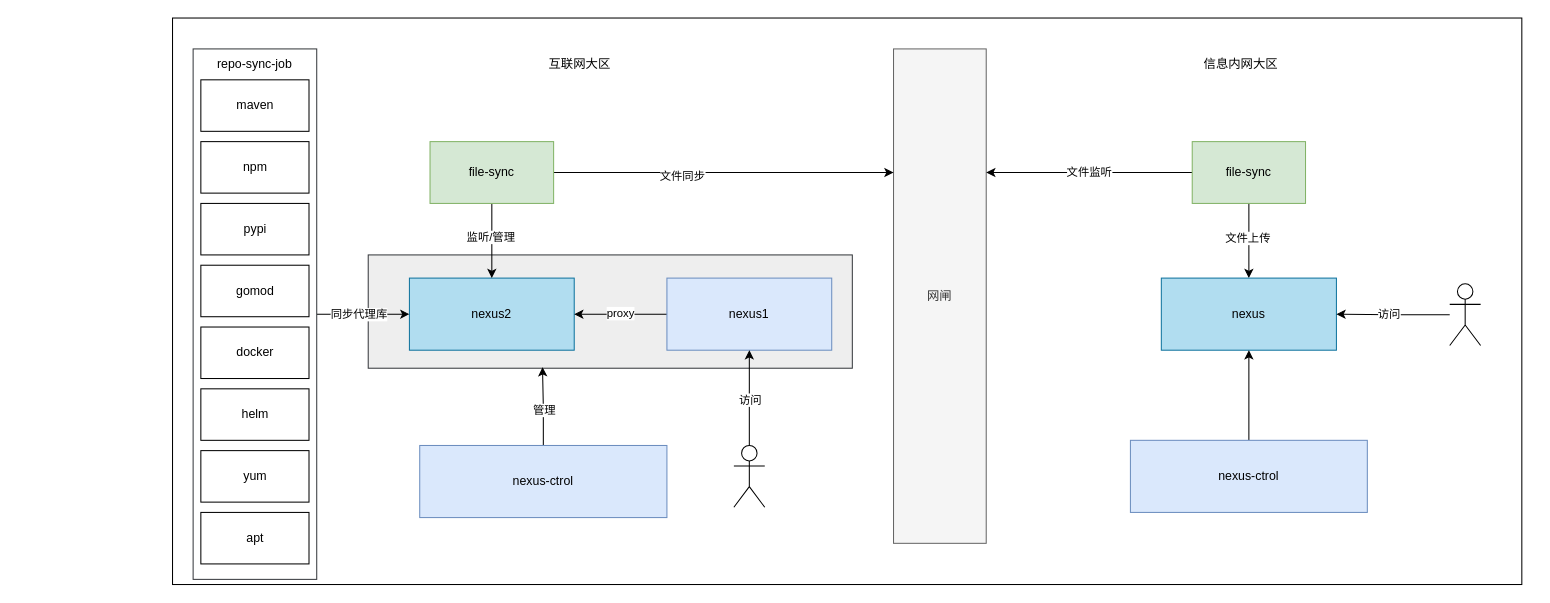
Before: page "第 2 页" (2 of 8) of ProductRepository.drawio in zzl-code/drawImg, a draw.io diagram. Source tidied: cells renumbered, new cells numbered last; positions are measured from the earlier drawing's top-left corner, leaving out a move shared by most shapes. Both pictures are drawn from the tidied source at 103%, with x=0, y=0 at pixel (172, 18).
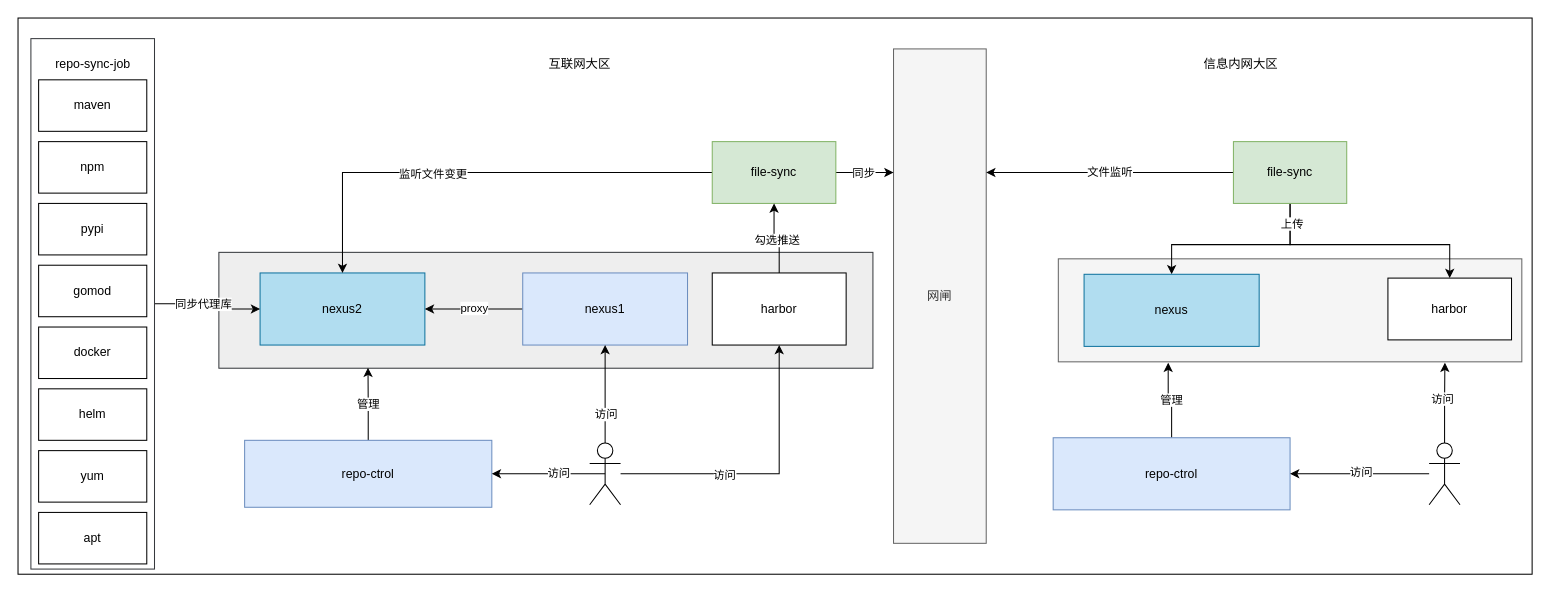
After the change.

Unchanged cells that the change refers to:
```xml
<mxCell id="8" style="edgeStyle=orthogonalEdgeStyle;rounded=0;jettySize=auto;html=1;entryX=0;entryY=0.25;entryDx=0;entryDy=0;" parent="1" edge="1" source="10" target="3">
  <mxGeometry relative="1" as="geometry" />
</mxCell>
```

The edit, as a diff of the source:
```diff
@@
     <mxCell id="2" style="rounded=0;whiteSpace=wrap;html=1;" parent="1" vertex="1">
-      <mxGeometry width="1310" height="550" as="geometry" />
+      <mxGeometry x="-150" width="1470" height="540" as="geometry" />
     </mxCell>
+    <mxCell id="44" style="rounded=0;whiteSpace=wrap;html=1;strokeWidth=1;fillColor=#f5f5f5;fontColor=#333333;strokeColor=#666666;" parent="1" vertex="1">
+      <mxGeometry x="860" y="233.8" width="450" height="100" as="geometry" />
+    </mxCell>
@@
     <mxCell id="4" style="rounded=0;whiteSpace=wrap;html=1;fillColor=#eeeeee;strokeColor=#36393d;" parent="1" vertex="1">
-      <mxGeometry x="190" y="230" width="470" height="110" as="geometry" />
+      <mxGeometry x="45" y="227.5" width="635" height="112.5" as="geometry" />
     </mxCell>
     <mxCell id="5" value="nexus2" style="rounded=0;whiteSpace=wrap;html=1;fillColor=#b1ddf0;strokeColor=#10739e;" parent="1" vertex="1">
-      <mxGeometry x="230" y="252.5" width="160" height="70" as="geometry" />
+      <mxGeometry x="85" y="247.5" width="160" height="70" as="geometry" />
     </mxCell>
-    <mxCell id="6" style="edgeStyle=orthogonalEdgeStyle;rounded=0;jettySize=auto;html=1;entryX=0.5;entryY=0;entryDx=0;entryDy=0;" parent="1" edge="1" source="10" target="5">
+    <mxCell id="6" style="edgeStyle=orthogonalEdgeStyle;rounded=0;jettySize=auto;html=1;" parent="1" edge="1" source="10" target="5">
       <mxGeometry relative="1" as="geometry" />
     </mxCell>
-    <mxCell id="7" value="监听/管理" style="edgeLabel;html=1;align=center;verticalAlign=middle;" parent="6" vertex="1">
-      <mxGeometry x="-0.12" y="-2" relative="1" as="geometry" />
-    </mxCell>
+    <mxCell id="45" value="监听文件变更" style="edgeLabel;html=1;align=center;verticalAlign=middle;" parent="6" vertex="1">
+      <mxGeometry x="0.19" y="1" relative="1" as="geometry" />
+    </mxCell>
@@
-    <mxCell id="9" value="文件同步" style="edgeLabel;html=1;align=center;verticalAlign=middle;" parent="8" vertex="1">
-      <mxGeometry x="-0.25" y="-3" relative="1" as="geometry" />
-    </mxCell>
+    <mxCell id="46" value="同步" style="edgeLabel;html=1;align=center;verticalAlign=middle;" parent="8" vertex="1">
+      <mxGeometry x="-0.53" y="-2" relative="1" as="geometry">
+        <mxPoint x="13" y="-2" as="offset" />
+      </mxGeometry>
+    </mxCell>
     <mxCell id="10" value="file-sync" style="rounded=0;whiteSpace=wrap;html=1;fillColor=#d5e8d4;strokeColor=#82b366;" parent="1" vertex="1">
-      <mxGeometry x="250" y="120" width="120" height="60" as="geometry" />
+      <mxGeometry x="524" y="120" width="120" height="60" as="geometry" />
     </mxCell>
@@
-    <mxCell id="12" style="edgeStyle=orthogonalEdgeStyle;rounded=0;jettySize=auto;html=1;" parent="1" edge="1" source="14" target="15">
-      <mxGeometry relative="1" as="geometry" />
+    <mxCell id="12" style="edgeStyle=orthogonalEdgeStyle;rounded=0;jettySize=auto;html=1;entryX=0.5;entryY=0;entryDx=0;entryDy=0;" parent="1" edge="1" source="14" target="15">
+      <mxGeometry relative="1" as="geometry">
+        <Array as="points">
+          <mxPoint x="1085" y="220" />
+          <mxPoint x="970" y="220" />
+        </Array>
+      </mxGeometry>
     </mxCell>
-    <mxCell id="13" value="文件上传" style="edgeLabel;html=1;align=center;verticalAlign=middle;" parent="12" vertex="1">
-      <mxGeometry x="-0.09" y="-2" relative="1" as="geometry" />
-    </mxCell>
+    <mxCell id="47" style="edgeStyle=orthogonalEdgeStyle;rounded=0;jettySize=auto;html=1;" parent="1" edge="1" source="14" target="58">
+      <mxGeometry relative="1" as="geometry">
+        <Array as="points">
+          <mxPoint x="1085" y="220" />
+          <mxPoint x="1240" y="220" />
+        </Array>
+      </mxGeometry>
+    </mxCell>
+    <mxCell id="48" value="上传" style="edgeLabel;html=1;align=center;verticalAlign=middle;" parent="47" vertex="1">
+      <mxGeometry x="-0.84" y="1" relative="1" as="geometry">
+        <mxPoint y="1" as="offset" />
+      </mxGeometry>
+    </mxCell>
     <mxCell id="14" value="file-sync" style="rounded=0;whiteSpace=wrap;html=1;fillColor=#d5e8d4;strokeColor=#82b366;" parent="1" vertex="1">
-      <mxGeometry x="990" y="120" width="110" height="60" as="geometry" />
+      <mxGeometry x="1030" y="120" width="110" height="60" as="geometry" />
     </mxCell>
     <mxCell id="15" value="nexus" style="rounded=0;whiteSpace=wrap;html=1;fillColor=#b1ddf0;strokeColor=#10739e;" parent="1" vertex="1">
-      <mxGeometry x="960" y="252.5" width="170" height="70" as="geometry" />
+      <mxGeometry x="885" y="248.8" width="170" height="70" as="geometry" />
     </mxCell>
@@
     <mxCell id="18" style="rounded=0;whiteSpace=wrap;html=1;fillColor=#FFFFFF;strokeColor=#36393d;" parent="1" vertex="1">
-      <mxGeometry x="20" y="30" width="120" height="515" as="geometry" />
+      <mxGeometry x="-137.5" y="20" width="120" height="515" as="geometry" />
     </mxCell>
     <mxCell id="19" value="maven" style="rounded=0;whiteSpace=wrap;html=1;" parent="1" vertex="1">
-      <mxGeometry x="27.5" y="60" width="105" height="50" as="geometry" />
+      <mxGeometry x="-130" y="60" width="105" height="50" as="geometry" />
     </mxCell>
     <mxCell id="20" value="repo-sync-job" style="text;html=1;strokeColor=none;fillColor=none;align=center;verticalAlign=middle;whiteSpace=wrap;rounded=0;" parent="1" vertex="1">
-      <mxGeometry x="35" y="30" width="90" height="30" as="geometry" />
+      <mxGeometry x="-122.5" y="30" width="90" height="30" as="geometry" />
     </mxCell>
     <mxCell id="21" value="npm" style="rounded=0;whiteSpace=wrap;html=1;" parent="1" vertex="1">
-      <mxGeometry x="27.5" y="120" width="105" height="50" as="geometry" />
+      <mxGeometry x="-130" y="120" width="105" height="50" as="geometry" />
     </mxCell>
     <mxCell id="22" value="pypi" style="rounded=0;whiteSpace=wrap;html=1;" parent="1" vertex="1">
-      <mxGeometry x="27.5" y="180" width="105" height="50" as="geometry" />
+      <mxGeometry x="-130" y="180" width="105" height="50" as="geometry" />
     </mxCell>
     <mxCell id="23" value="gomod" style="rounded=0;whiteSpace=wrap;html=1;" parent="1" vertex="1">
-      <mxGeometry x="27.5" y="240" width="105" height="50" as="geometry" />
+      <mxGeometry x="-130" y="240" width="105" height="50" as="geometry" />
     </mxCell>
     <mxCell id="24" value="docker" style="rounded=0;whiteSpace=wrap;html=1;" parent="1" vertex="1">
-      <mxGeometry x="27.5" y="300" width="105" height="50" as="geometry" />
+      <mxGeometry x="-130" y="300" width="105" height="50" as="geometry" />
     </mxCell>
     <mxCell id="25" value="helm" style="rounded=0;whiteSpace=wrap;html=1;" parent="1" vertex="1">
-      <mxGeometry x="27.5" y="360" width="105" height="50" as="geometry" />
+      <mxGeometry x="-130" y="360" width="105" height="50" as="geometry" />
     </mxCell>
     <mxCell id="26" value="yum" style="rounded=0;whiteSpace=wrap;html=1;" parent="1" vertex="1">
-      <mxGeometry x="27.5" y="420" width="105" height="50" as="geometry" />
+      <mxGeometry x="-130" y="420" width="105" height="50" as="geometry" />
     </mxCell>
     <mxCell id="27" value="apt" style="rounded=0;whiteSpace=wrap;html=1;" parent="1" vertex="1">
-      <mxGeometry x="27.5" y="480" width="105" height="50" as="geometry" />
+      <mxGeometry x="-130" y="480" width="105" height="50" as="geometry" />
     </mxCell>
-    <mxCell id="28" style="edgeStyle=orthogonalEdgeStyle;rounded=0;jettySize=auto;html=1;entryX=0.36;entryY=0.991;entryDx=0;entryDy=0;entryPerimeter=0;" parent="1" edge="1" source="30" target="4">
+    <mxCell id="28" value="管理" style="edgeStyle=orthogonalEdgeStyle;rounded=0;jettySize=auto;html=1;entryX=0.228;entryY=0.996;entryDx=0;entryDy=0;entryPerimeter=0;" parent="1" edge="1" source="30" target="4">
       <mxGeometry relative="1" as="geometry" />
     </mxCell>
+    <mxCell id="30" value="repo-ctrol" style="rounded=0;whiteSpace=wrap;html=1;fillColor=#dae8fc;strokeColor=#6c8ebf;" parent="1" vertex="1">
+      <mxGeometry x="70" y="410" width="240" height="65" as="geometry" />
+    </mxCell>
+    <mxCell id="49" style="edgeStyle=orthogonalEdgeStyle;rounded=0;jettySize=auto;html=1;entryX=0.237;entryY=1.008;entryDx=0;entryDy=0;entryPerimeter=0;" parent="1" edge="1" source="32" target="44">
+      <mxGeometry relative="1" as="geometry" />
+    </mxCell>
-    <mxCell id="29" value="管理" style="edgeLabel;html=1;align=center;verticalAlign=middle;" parent="28" vertex="1">
-      <mxGeometry x="-0.09" relative="1" as="geometry" />
+    <mxCell id="29" value="管理" style="edgeLabel;html=1;align=center;verticalAlign=middle;" parent="49" vertex="1">
+      <mxGeometry x="-0.02" relative="1" as="geometry" />
     </mxCell>
-    <mxCell id="30" value="nexus-ctrol" style="rounded=0;whiteSpace=wrap;html=1;fillColor=#dae8fc;strokeColor=#6c8ebf;" parent="1" vertex="1">
-      <mxGeometry x="240" y="415" width="240" height="70" as="geometry" />
-    </mxCell>
-    <mxCell id="31" style="edgeStyle=orthogonalEdgeStyle;rounded=0;jettySize=auto;html=1;entryX=0.5;entryY=1;entryDx=0;entryDy=0;" parent="1" edge="1" source="32" target="15">
-      <mxGeometry relative="1" as="geometry" />
-    </mxCell>
-    <mxCell id="32" value="nexus-ctrol" style="rounded=0;whiteSpace=wrap;html=1;fillColor=#dae8fc;strokeColor=#6c8ebf;" parent="1" vertex="1">
-      <mxGeometry x="930" y="410" width="230" height="70" as="geometry" />
+    <mxCell id="32" value="repo-ctrol" style="rounded=0;whiteSpace=wrap;html=1;fillColor=#dae8fc;strokeColor=#6c8ebf;" parent="1" vertex="1">
+      <mxGeometry x="855" y="407.5" width="230" height="70" as="geometry" />
     </mxCell>
@@
     <mxCell id="37" value="nexus1" style="rounded=0;whiteSpace=wrap;html=1;fillColor=#dae8fc;strokeColor=#6c8ebf;" parent="1" vertex="1">
-      <mxGeometry x="480" y="252.5" width="160" height="70" as="geometry" />
+      <mxGeometry x="340" y="247.5" width="160" height="70" as="geometry" />
     </mxCell>
+    <mxCell id="50" style="edgeStyle=orthogonalEdgeStyle;rounded=0;jettySize=auto;html=1;exitX=0.5;exitY=0.5;exitDx=0;exitDy=0;exitPerimeter=0;entryX=1;entryY=0.5;entryDx=0;entryDy=0;" parent="1" edge="1" source="40" target="30">
+      <mxGeometry relative="1" as="geometry" />
+    </mxCell>
+    <mxCell id="51" value="访问" style="edgeLabel;html=1;align=center;verticalAlign=middle;" parent="50" vertex="1">
+      <mxGeometry x="-0.15" y="-1" relative="1" as="geometry">
+        <mxPoint x="1" as="offset" />
+      </mxGeometry>
+    </mxCell>
-    <mxCell id="38" style="edgeStyle=orthogonalEdgeStyle;rounded=0;jettySize=auto;html=1;entryX=0.5;entryY=1;entryDx=0;entryDy=0;" parent="1" edge="1" source="40" target="37">
+    <mxCell id="38" style="edgeStyle=orthogonalEdgeStyle;rounded=0;jettySize=auto;html=1;" parent="1" edge="1" source="40" target="37">
       <mxGeometry relative="1" as="geometry" />
     </mxCell>
-    <mxCell id="39" value="访问" style="edgeLabel;html=1;align=center;verticalAlign=middle;" parent="38" vertex="1">
-      <mxGeometry x="-0.03" relative="1" as="geometry" />
-    </mxCell>
+    <mxCell id="52" value="访问" style="edgeLabel;html=1;align=center;verticalAlign=middle;" parent="38" vertex="1">
+      <mxGeometry x="-0.41" relative="1" as="geometry" />
+    </mxCell>
+    <mxCell id="53" style="edgeStyle=orthogonalEdgeStyle;rounded=0;jettySize=auto;html=1;" parent="1" edge="1" source="40" target="57">
+      <mxGeometry relative="1" as="geometry" />
+    </mxCell>
+    <mxCell id="54" value="访问" style="edgeLabel;html=1;align=center;verticalAlign=middle;" parent="53" vertex="1">
+      <mxGeometry x="-0.28" y="-1" relative="1" as="geometry" />
+    </mxCell>
     <mxCell id="40" style="shape=umlActor;verticalLabelPosition=bottom;verticalAlign=top;html=1;outlineConnect=0;" parent="1" vertex="1">
-      <mxGeometry x="545" y="415" width="30" height="60" as="geometry" />
+      <mxGeometry x="405" y="412.5" width="30" height="60" as="geometry" />
     </mxCell>
-    <mxCell id="41" style="edgeStyle=orthogonalEdgeStyle;rounded=0;jettySize=auto;html=1;entryX=1;entryY=0.5;entryDx=0;entryDy=0;" parent="1" edge="1" source="43" target="15">
-      <mxGeometry relative="1" as="geometry" />
-    </mxCell>
-    <mxCell id="42" value="访问" style="edgeLabel;html=1;align=center;verticalAlign=middle;" parent="41" vertex="1">
-      <mxGeometry x="0.08" relative="1" as="geometry" />
-    </mxCell>
-    <mxCell id="43" style="shape=umlActor;verticalLabelPosition=bottom;verticalAlign=top;html=1;outlineConnect=0;" parent="1" vertex="1">
-      <mxGeometry x="1240" y="258" width="30" height="60" as="geometry" />
-    </mxCell>
+    <mxCell id="55" style="edgeStyle=orthogonalEdgeStyle;rounded=0;jettySize=auto;html=1;entryX=0.5;entryY=1;entryDx=0;entryDy=0;" parent="1" edge="1" source="57" target="10">
+      <mxGeometry relative="1" as="geometry" />
+    </mxCell>
+    <mxCell id="56" value="勾选推送" style="edgeLabel;html=1;align=center;verticalAlign=middle;" parent="55" vertex="1">
+      <mxGeometry x="0.01" y="2" relative="1" as="geometry">
+        <mxPoint x="1" as="offset" />
+      </mxGeometry>
+    </mxCell>
+    <mxCell id="57" value="harbor" style="rounded=0;whiteSpace=wrap;html=1;strokeWidth=1;" parent="1" vertex="1">
+      <mxGeometry x="524" y="247.5" width="130" height="70" as="geometry" />
+    </mxCell>
+    <mxCell id="58" value="harbor" style="rounded=0;whiteSpace=wrap;html=1;strokeWidth=1;" parent="1" vertex="1">
+      <mxGeometry x="1180" y="252.5" width="120" height="60" as="geometry" />
+    </mxCell>
+    <mxCell id="59" style="edgeStyle=orthogonalEdgeStyle;rounded=0;jettySize=auto;html=1;entryX=1;entryY=0.5;entryDx=0;entryDy=0;" parent="1" edge="1" source="63" target="32">
+      <mxGeometry relative="1" as="geometry" />
+    </mxCell>
+    <mxCell id="60" value="访问" style="edgeLabel;html=1;align=center;verticalAlign=middle;" parent="59" vertex="1">
+      <mxGeometry y="-2" relative="1" as="geometry">
+        <mxPoint x="1" as="offset" />
+      </mxGeometry>
+    </mxCell>
+    <mxCell id="61" style="edgeStyle=orthogonalEdgeStyle;rounded=0;jettySize=auto;html=1;entryX=0.834;entryY=1.008;entryDx=0;entryDy=0;entryPerimeter=0;" parent="1" edge="1" source="63" target="44">
+      <mxGeometry relative="1" as="geometry" />
+    </mxCell>
+    <mxCell id="62" value="访问" style="edgeLabel;html=1;align=center;verticalAlign=middle;" parent="61" vertex="1">
+      <mxGeometry x="0.09" y="3" relative="1" as="geometry" />
+    </mxCell>
+    <mxCell id="63" style="shape=umlActor;verticalLabelPosition=bottom;verticalAlign=top;html=1;outlineConnect=0;strokeWidth=1;" parent="1" vertex="1">
+      <mxGeometry x="1220" y="412.5" width="30" height="60" as="geometry" />
+    </mxCell>
```
